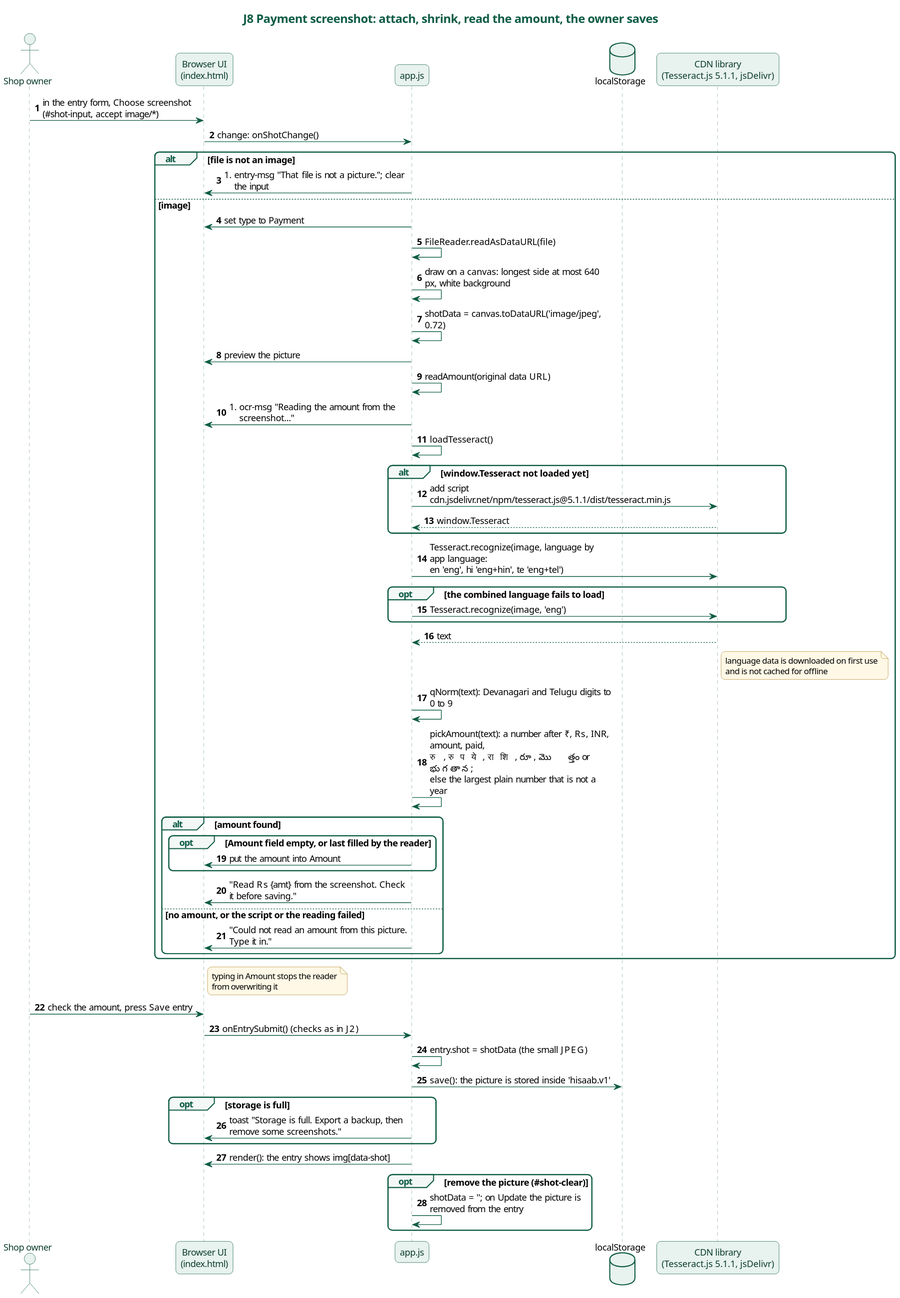
karwasanjay007/hisaab-docs keeps this PlantUML diagram as docs/diagrams/j8-payment-screenshot.svg. Above is the earlier version. Source of this version:
```plantuml
@startuml
title J8 Payment screenshot: attach, shrink, read the amount, the owner saves
skinparam backgroundColor white
skinparam defaultFontName "Noto Sans"
skinparam defaultFontSize 13
skinparam roundCorner 12
skinparam shadowing false
skinparam maxMessageSize 260
skinparam titleFontSize 17
skinparam titleFontColor #0E5C45
skinparam sequenceMessageAlign left
skinparam responseMessageBelowArrow true
skinparam sequence {
  ArrowColor #0E5C45
  LifeLineBorderColor #7FA89A
  LifeLineBackgroundColor #E8F2EE
  ParticipantBorderColor #0E5C45
  ParticipantBackgroundColor #E8F2EE
  ParticipantFontColor #0B3D2E
  ActorBorderColor #0E5C45
  ActorBackgroundColor #E8F2EE
  ActorFontColor #0B3D2E
  GroupBorderColor #0E5C45
  GroupHeaderFontColor #0E5C45
  GroupBackgroundColor #F3F8F6
  DividerBorderColor #0E5C45
  DividerBackgroundColor #E8F2EE
  DividerFontColor #0B3D2E
  BoxBorderColor #0E5C45
}
skinparam database {
  BorderColor #0E5C45
  BackgroundColor #E8F2EE
}
skinparam note {
  BorderColor #B08A2E
  BackgroundColor #FFF8E6
  FontSize 12
}
actor "Shop owner" as Owner
participant "Browser UI\n(index.html)" as UI
participant "app.js" as App
database "localStorage" as LS
participant "CDN library\n(Tesseract.js 5.1.1, jsDelivr)" as CDN
autonumber
Owner -> UI : in the entry form, Choose screenshot (#shot-input, accept image/*)
UI -> App : change: onShotChange()
alt file is not an image
  App -> UI : #entry-msg "That file is not a picture."; clear the input
else image
  App -> UI : set type to Payment
  App -> App : FileReader.readAsDataURL(file)
  App -> App : draw on a canvas: longest side at most 640 px, white background
  App -> App : shotData = canvas.toDataURL('image/jpeg', 0.72)
  App -> UI : preview the picture
  App -> App : readAmount(original data URL)
  App -> UI : #ocr-msg "Reading the amount from the screenshot..."
  App -> App : loadTesseract()
  alt window.Tesseract not loaded yet
    App -> CDN : add script cdn.jsdelivr.net/npm/tesseract.js@5.1.1/dist/tesseract.min.js
    CDN --> App : window.Tesseract
  end
  App -> CDN : Tesseract.recognize(image, language by app language:\nen 'eng', hi 'eng+hin', te 'eng+tel')
  opt the combined language fails to load
    App -> CDN : Tesseract.recognize(image, 'eng')
  end
  CDN --> App : text
  note right of CDN : language data is downloaded on first use\nand is not cached for offline
  App -> App : qNorm(text): Devanagari and Telugu digits to 0 to 9
  App -> App : pickAmount(text): a number after ₹, Rs, INR, amount, paid,\nरु, रुपये, राशि, రూ, మొత్తం or భుగతాన;\nelse the largest plain number that is not a year
  alt amount found
    opt Amount field empty, or last filled by the reader
      App -> UI : put the amount into Amount
    end
    App -> UI : "Read Rs {amt} from the screenshot. Check it before saving."
  else no amount, or the script or the reading failed
    App -> UI : "Could not read an amount from this picture. Type it in."
  end
end
note right of UI : typing in Amount stops the reader\nfrom overwriting it
Owner -> UI : check the amount, press Save entry
UI -> App : onEntrySubmit() (checks as in J2)
App -> App : entry.shot = shotData (the small JPEG)
App -> LS : save(): the picture is stored inside 'hisaab.v1'
opt storage is full
  App -> UI : toast "Storage is full. Export a backup, then remove some screenshots."
end
App -> UI : render(): the entry shows img[data-shot]
opt remove the picture (#shot-clear)
  App -> App : shotData = ''; on Update the picture is removed from the entry
end
@enduml
```
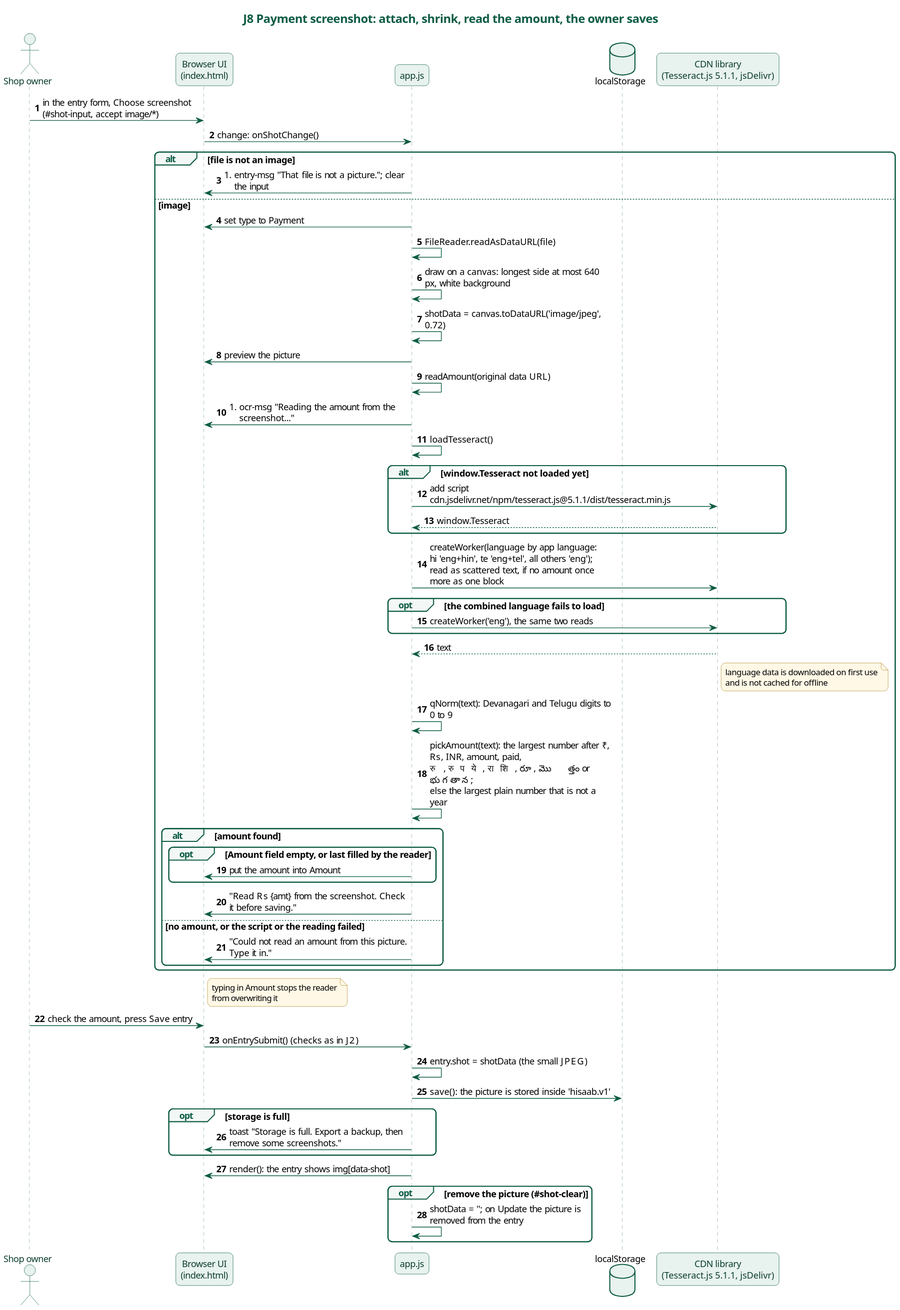
The same diagram one commit later.

Diff of the diagram source:
```diff
@@ -60,14 +60,14 @@
     App -> CDN : add script cdn.jsdelivr.net/npm/tesseract.js@5.1.1/dist/tesseract.min.js
     CDN --> App : window.Tesseract
   end
-  App -> CDN : Tesseract.recognize(image, language by app language:\nen 'eng', hi 'eng+hin', te 'eng+tel')
+  App -> CDN : createWorker(language by app language:\nhi 'eng+hin', te 'eng+tel', all others 'eng');\nread as scattered text, if no amount once more as one block
   opt the combined language fails to load
-    App -> CDN : Tesseract.recognize(image, 'eng')
+    App -> CDN : createWorker('eng'), the same two reads
   end
   CDN --> App : text
   note right of CDN : language data is downloaded on first use\nand is not cached for offline
   App -> App : qNorm(text): Devanagari and Telugu digits to 0 to 9
-  App -> App : pickAmount(text): a number after ₹, Rs, INR, amount, paid,\nरु, रुपये, राशि, రూ, మొత్తం or భుగతాన;\nelse the largest plain number that is not a year
+  App -> App : pickAmount(text): the largest number after ₹, Rs, INR, amount, paid,\nरु, रुपये, राशि, రూ, మొత్తం or భుగతాన;\nelse the largest plain number that is not a year
   alt amount found
     opt Amount field empty, or last filled by the reader
       App -> UI : put the amount into Amount
```
